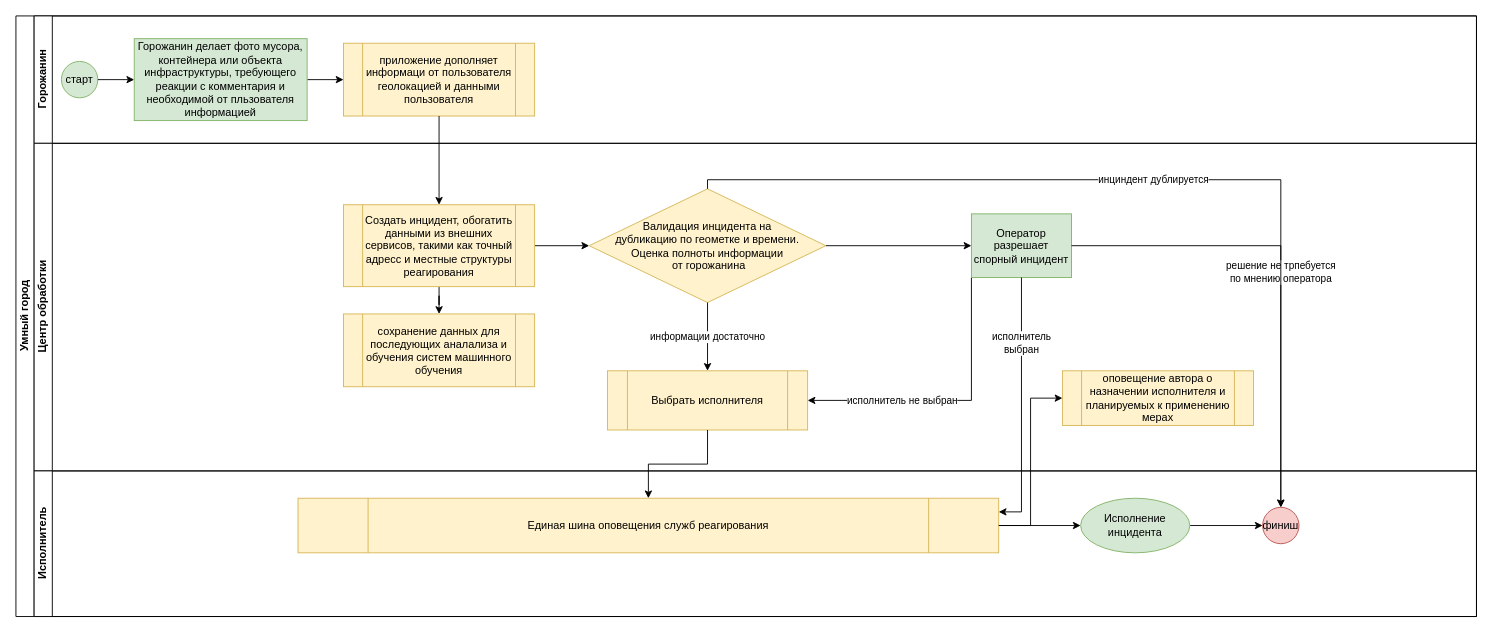
The draw.io diagram page "user responsibility diagram" (1 of 2) of Умный город бизнес флоу.drawio in andreysvyat/smart_city, before the edit. Source tidied: cells renumbered, new cells numbered last; positions are measured from the earlier drawing's top-left corner, leaving out a move shared by most shapes. Both pictures are drawn from the tidied source at 91%, with x=0, y=0 at pixel (15, 15).
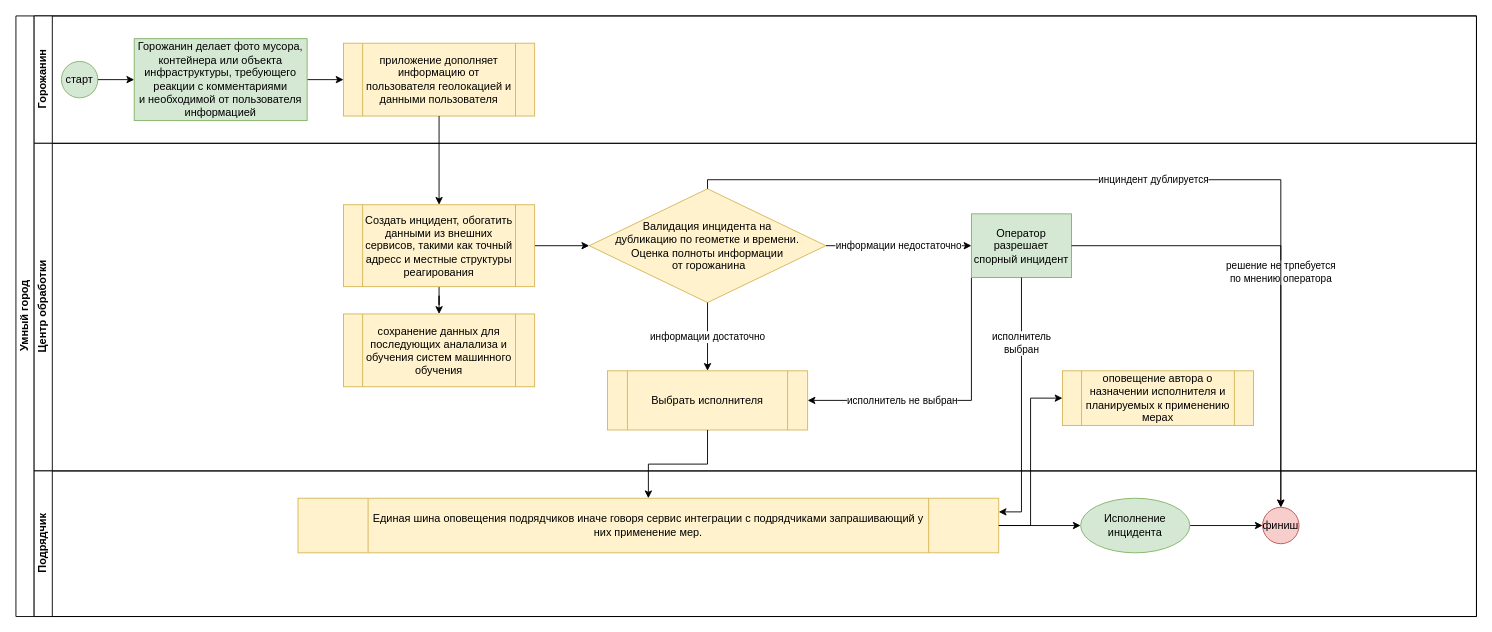
Above is the later version.

Unchanged cells that the change refers to:
```xml
<mxCell id="2" value="Умный город" style="swimlane;html=1;horizontal=0;startSize=20;" parent="1" vertex="1">
  <mxGeometry width="1605" height="660" as="geometry" />
</mxCell>
<mxCell id="3" value="Горожанин" style="swimlane;html=1;startSize=20;horizontal=0;" parent="2" vertex="1">
  <mxGeometry x="20" width="1585" height="140" as="geometry" />
</mxCell>
<mxCell id="9" value="Центр обработки" style="swimlane;html=1;startSize=20;horizontal=0;" parent="2" vertex="1">
  <mxGeometry x="20" y="140" width="1585" height="360" as="geometry" />
</mxCell>
<mxCell id="14" value="Валидация инцидента на &lt;br&gt;дубликацию по геометке и времени. &lt;br&gt;Оценка полноты информации&lt;br&gt;&amp;nbsp;от горожанина" style="rhombus;whiteSpace=wrap;html=1;fillColor=#fff2cc;strokeColor=#d6b656;fontColor=#000000;" parent="9" vertex="1">
  <mxGeometry x="610" y="50" width="260" height="125" as="geometry" />
</mxCell>
<mxCell id="16" value="Оператор разрешает спорный инцидент" style="whiteSpace=wrap;html=1;fillColor=#d5e8d4;strokeColor=#82b366;fontColor=#000000;" parent="9" vertex="1">
  <mxGeometry x="1030" y="77.5" width="110" height="70" as="geometry" />
</mxCell>
```

What changed in the source:
```diff
@@
-    <mxCell id="6" value="&lt;font color=&quot;#000000&quot;&gt;Горожанин делает фото мусора, контейнера или объекта инфраструктуры, требующего реакции с комментария и необходимой от пльзователя информацией&lt;/font&gt;" style="whiteSpace=wrap;html=1;fillColor=#d5e8d4;strokeColor=#82b366;" parent="3" vertex="1">
+    <mxCell id="6" value="&lt;font color=&quot;#000000&quot;&gt;Горожанин делает фото мусора, контейнера или объекта инфраструктуры, требующего реакции с комментариями и&amp;nbsp;необходимой от пользователя информацией&lt;/font&gt;" style="whiteSpace=wrap;html=1;fillColor=#d5e8d4;strokeColor=#82b366;" parent="3" vertex="1">
       <mxGeometry x="110" y="25" width="190" height="90" as="geometry" />
     </mxCell>
@@
-    <mxCell id="8" value="&lt;font color=&quot;#000000&quot;&gt;приложение дополняет информаци от пользователя геолокацией и данными пользователя&lt;/font&gt;" style="shape=process;whiteSpace=wrap;html=1;backgroundOutline=1;fillColor=#fff2cc;strokeColor=#d6b656;" parent="3" vertex="1">
+    <mxCell id="8" value="&lt;font color=&quot;#000000&quot;&gt;приложение дополняет информацию от пользователя геолокацией и данными пользователя&lt;/font&gt;" style="shape=process;whiteSpace=wrap;html=1;backgroundOutline=1;fillColor=#fff2cc;strokeColor=#d6b656;" parent="3" vertex="1">
       <mxGeometry x="340" y="30" width="210" height="80" as="geometry" />
     </mxCell>
@@
-    <mxCell id="13" style="edgeStyle=orthogonalEdgeStyle;rounded=0;jettySize=auto;html=1;" parent="9" edge="1" source="14" target="16">
+    <mxCell id="13" value="информации недостаточно" style="edgeStyle=orthogonalEdgeStyle;rounded=0;jettySize=auto;html=1;" parent="9" edge="1" source="14" target="16">
       <mxGeometry relative="1" as="geometry" />
     </mxCell>
@@
-    <mxCell id="21" value="Исполнитель" style="swimlane;html=1;startSize=20;horizontal=0;" parent="2" vertex="1">
+    <mxCell id="21" value="Подрядчик" style="swimlane;html=1;startSize=20;horizontal=0;" parent="2" vertex="1">
       <mxGeometry x="20" y="500" width="1585" height="160" as="geometry" />
     </mxCell>
@@
-    <mxCell id="24" value="Единая шина оповещения служб реагирования" style="shape=process;whiteSpace=wrap;html=1;backgroundOutline=1;fillColor=#fff2cc;strokeColor=#d6b656;fontColor=#000000;" parent="21" vertex="1">
+    <mxCell id="24" value="Единая шина оповещения подрядчиков иначе говоря сервис интеграции с подрядчиками запрашивающий у них применение мер." style="shape=process;whiteSpace=wrap;html=1;backgroundOutline=1;fillColor=#fff2cc;strokeColor=#d6b656;fontColor=#000000;" parent="21" vertex="1">
       <mxGeometry x="290" y="30" width="770" height="60" as="geometry" />
     </mxCell>
```
